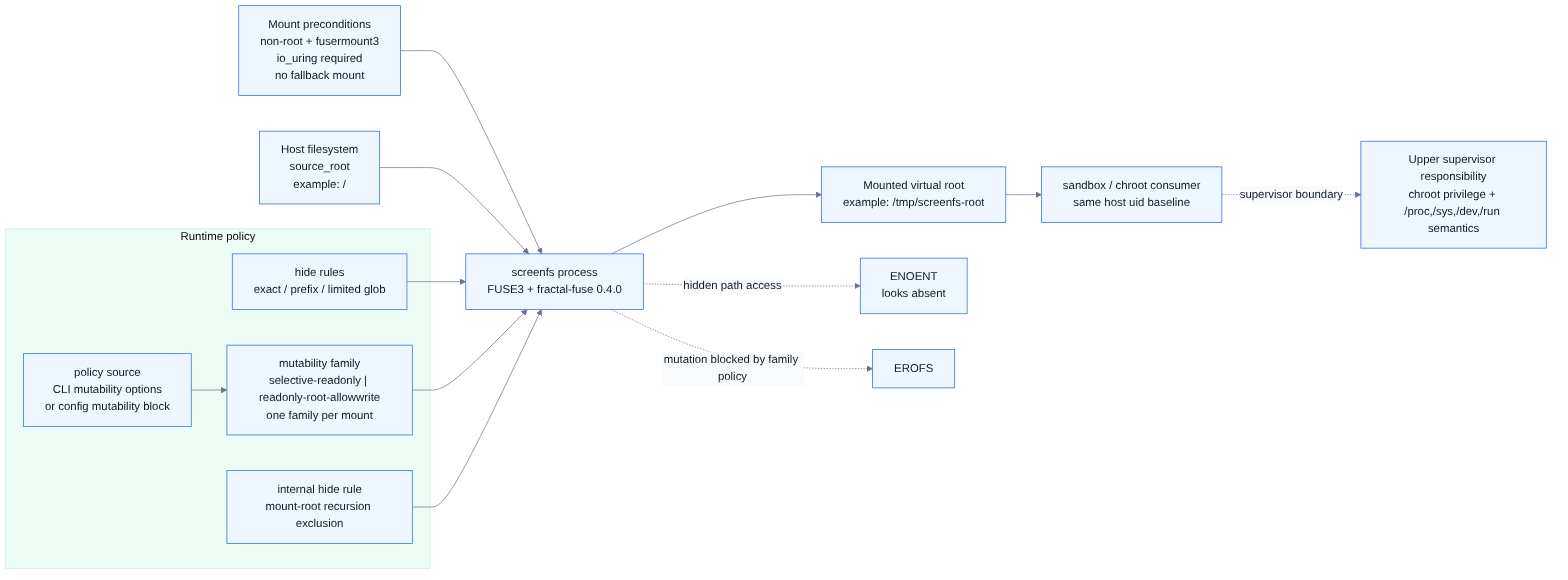
Earlier version of the Mermaid export docs/diagrams/system-context.png (spi-ca/screenfs). Its source is kept beside it as docs/diagrams/system-context.mmd.
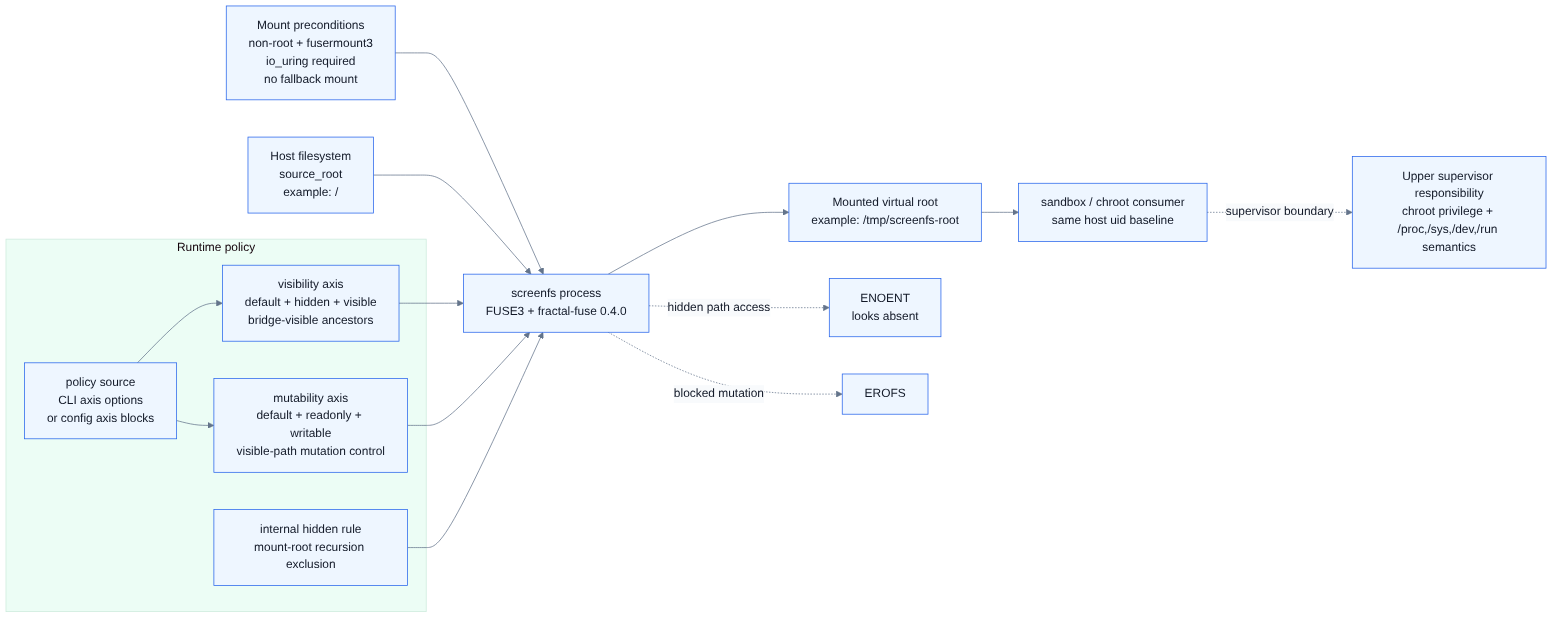
After the change.

Change to the diagram source:
```diff
@@ -3,15 +3,16 @@
     host["Host filesystem\nsource_root\nexample: /"] --> mount
 
     subgraph policy["Runtime policy"]
-        hide["hide rules\nexact / prefix / limited glob"]
-        family["mutability family\nselective-readonly | readonly-root-allowwrite\none family per mount"]
-        config["policy source\nCLI mutability options\nor config mutability block"]
-        internal["internal hide rule\nmount-root recursion exclusion"]
+        visibility["visibility axis\ndefault + hidden + visible\nbridge-visible ancestors"]
+        mutability["mutability axis\ndefault + readonly + writable\nvisible-path mutation control"]
+        config["policy source\nCLI axis options\nor config axis blocks"]
+        internal["internal hidden rule\nmount-root recursion exclusion"]
     end
 
-    hide --> mount
-    family --> mount
-    config --> family
+    visibility --> mount
+    mutability --> mount
+    config --> visibility
+    config --> mutability
     internal --> mount
 
     mount --> view["Mounted virtual root\nexample: /tmp/screenfs-root"]
@@ -19,4 +20,4 @@
     sandbox -. supervisor boundary .-> sup["Upper supervisor responsibility\nchroot privilege + /proc,/sys,/dev,/run semantics"]
 
     mount -. hidden path access .-> enoent["ENOENT\nlooks absent"]
-    mount -. mutation blocked by family policy .-> erofs["EROFS"]
+    mount -. blocked mutation .-> erofs["EROFS"]
```
